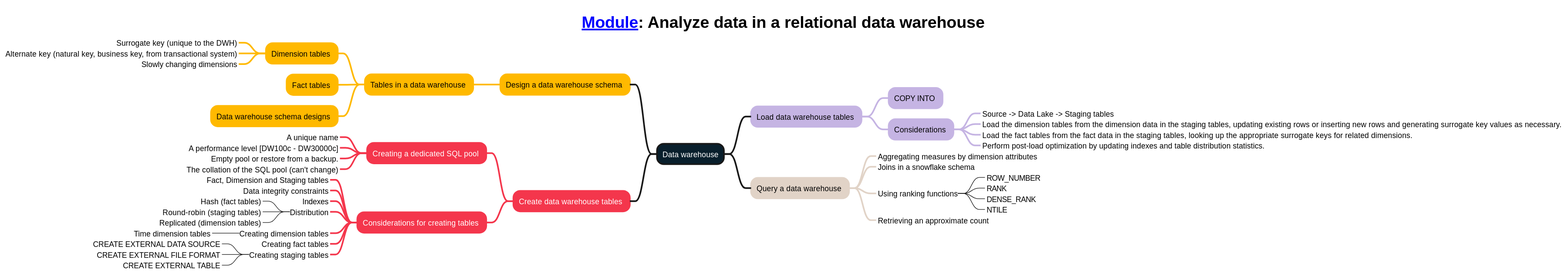
Before: mindmaps/10-Analyze data in a relational data warehouse.svg, a diagram exported from PlantUML (weslbo/dp-203). Its diagram source:
```plantuml
@startmindmap
<style>
title {
        FontSize 30
        FontColor #000000
    }
mindmapDiagram {
    :depth(0) {
        BackgroundColor #091f2c
        FontColor #ffffff
        LineThickness 3.0
    }
    .topic1 {
        BackgroundColor #ffb900
        LineColor #ffb900
        LineThickness 3.0
        FontColor #000000
    }
    .topic2 {
        BackgroundColor #f4364c
        LineColor #f4364c
        LineThickness 3.0
        FontColor #ffffff
    }
    .topic3 {
        BackgroundColor #c5b4e3
        LineColor #c5b4e3
        LineThickness 3.0
        FontColor #000000
    }
    .topic4 {
        BackgroundColor #e1d3c7
        LineColor #e1d3c7
        LineThickness 3.0
        FontColor #000000
    }
    .topic5 {
        BackgroundColor #07641d
        LineColor #07641d
        LineThickness 3.0
        FontColor #ffffff
    }
}
</style>
title [[https://learn.microsoft.com/training/modules/design-multidimensional-schema-to-optimize-analytical-workloads Module]]: Analyze data in a relational data warehouse
+ Data warehouse
-- Design a data warehouse schema <<topic1>>
--- Tables in a data warehouse <<topic1>>
---- Dimension tables <<topic1>>
-----_ Surrogate key (unique to the DWH)
-----_ Alternate key (natural key, business key, from transactional system)
-----_ Slowly changing dimensions
---- Fact tables <<topic1>>
---- Data warehouse schema designs <<topic1>>
-- Create data warehouse tables <<topic2>>
--- Creating a dedicated SQL pool <<topic2>>
----_ A unique name
----_ A performance level [DW100c - DW30000c]
----_ Empty pool or restore from a backup.
----_ The collation of the SQL pool (can't change)
--- Considerations for creating tables <<topic2>>
----_ Fact, Dimension and Staging tables
----_ Data integrity constraints
----_ Indexes
----_ Distribution
-----_ Hash (fact tables)
-----_ Round-robin (staging tables)
-----_ Replicated (dimension tables)
----_ Creating dimension tables
-----_ Time dimension tables
----_ Creating fact tables
----_ Creating staging tables
-----_ CREATE EXTERNAL DATA SOURCE
-----_ CREATE EXTERNAL FILE FORMAT
-----_ CREATE EXTERNAL TABLE
++ Load data warehouse tables <<topic3>>
+++ COPY INTO <<topic3>>
+++ Considerations <<topic3>>
++++_ Source -> Data Lake -> Staging tables
++++_ Load the dimension tables from the dimension data in the staging tables, updating existing rows or inserting new rows and generating surrogate key values as necessary.
++++_ Load the fact tables from the fact data in the staging tables, looking up the appropriate surrogate keys for related dimensions.
++++_ Perform post-load optimization by updating indexes and table distribution statistics.
++ Query a data warehouse <<topic4>>
+++_ Aggregating measures by dimension attributes
+++_ Joins in a snowflake schema
+++_ Using ranking functions
++++_ ROW_NUMBER
++++_ RANK
++++_ DENSE_RANK
++++_ NTILE
+++_ Retrieving an approximate count
@endmindmap
```
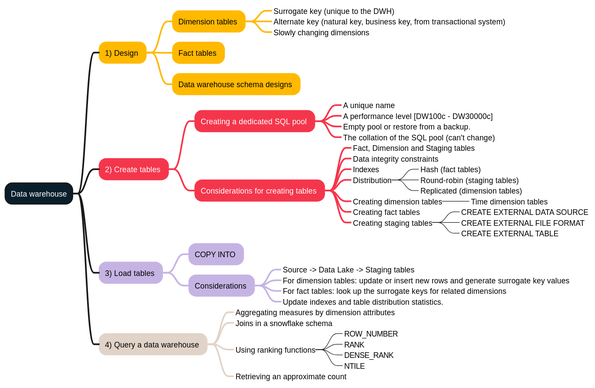
The same diagram one commit later.

Change to the diagram source:
```diff
@@ -1,86 +1,78 @@
 @startmindmap
 <style>
-title {
-        FontSize 30
-        FontColor #000000
-    }
-mindmapDiagram {
-    :depth(0) {
-        BackgroundColor #091f2c
-        FontColor #ffffff
-        LineThickness 3.0
-    }
-    .topic1 {
-        BackgroundColor #ffb900
-        LineColor #ffb900
-        LineThickness 3.0
-        FontColor #000000
-    }
-    .topic2 {
-        BackgroundColor #f4364c
-        LineColor #f4364c
-        LineThickness 3.0
-        FontColor #ffffff
-    }
-    .topic3 {
-        BackgroundColor #c5b4e3
-        LineColor #c5b4e3
-        LineThickness 3.0
-        FontColor #000000
-    }
-    .topic4 {
-        BackgroundColor #e1d3c7
-        LineColor #e1d3c7
-        LineThickness 3.0
-        FontColor #000000
-    }
-    .topic5 {
-        BackgroundColor #07641d
-        LineColor #07641d
-        LineThickness 3.0
-        FontColor #ffffff
-    }
+:depth(0) {
+    BackgroundColor #091f2c
+    FontColor #ffffff
+    LineThickness 3.0
+}
+.topic1 {
+    BackgroundColor #ffb900
+    LineColor #ffb900
+    LineThickness 3.0
+    FontColor #000000
+}
+.topic2 {
+    BackgroundColor #f4364c
+    LineColor #f4364c
+    LineThickness 3.0
+    FontColor #ffffff
+}
+.topic3 {
+    BackgroundColor #c5b4e3
+    LineColor #c5b4e3
+    LineThickness 3.0
+    FontColor #000000
+}
+.topic4 {
+    BackgroundColor #e1d3c7
+    LineColor #e1d3c7
+    LineThickness 3.0
+    FontColor #000000
+}
+.topic5 {
+    BackgroundColor #07641d
+    LineColor #07641d
+    LineThickness 3.0
+    FontColor #ffffff
 }
 </style>
-title [[https://learn.microsoft.com/training/modules/design-multidimensional-schema-to-optimize-analytical-workloads Module]]: Analyze data in a relational data warehouse
 + Data warehouse
--- Design a data warehouse schema <<topic1>>
---- Tables in a data warehouse <<topic1>>
----- Dimension tables <<topic1>>
------_ Surrogate key (unique to the DWH)
------_ Alternate key (natural key, business key, from transactional system)
------_ Slowly changing dimensions
----- Fact tables <<topic1>>
----- Data warehouse schema designs <<topic1>>
--- Create data warehouse tables <<topic2>>
---- Creating a dedicated SQL pool <<topic2>>
-----_ A unique name
-----_ A performance level [DW100c - DW30000c]
-----_ Empty pool or restore from a backup.
-----_ The collation of the SQL pool (can't change)
---- Considerations for creating tables <<topic2>>
-----_ Fact, Dimension and Staging tables
-----_ Data integrity constraints
-----_ Indexes
-----_ Distribution
------_ Hash (fact tables)
------_ Round-robin (staging tables)
------_ Replicated (dimension tables)
-----_ Creating dimension tables
------_ Time dimension tables
-----_ Creating fact tables
-----_ Creating staging tables
------_ CREATE EXTERNAL DATA SOURCE
------_ CREATE EXTERNAL FILE FORMAT
------_ CREATE EXTERNAL TABLE
-++ Load data warehouse tables <<topic3>>
+++ 1) Design <<topic1>>
++++ Dimension tables <<topic1>>
+++++_ Surrogate key (unique to the DWH)
+++++_ Alternate key (natural key, business key, from transactional system)
+++++_ Slowly changing dimensions
++++ Fact tables <<topic1>>
++++ Data warehouse schema designs <<topic1>>
+++ 2) Create tables <<topic2>>
++++ Creating a dedicated SQL pool <<topic2>>
+++++_ A unique name
+++++_ A performance level [DW100c - DW30000c]
+++++_ Empty pool or restore from a backup.
+++++_ The collation of the SQL pool (can't change)
++++ Considerations for creating tables <<topic2>>
+++++_ Fact, Dimension and Staging tables
+++++_ Data integrity constraints
+++++_ Indexes
+++++_ Distribution
++++++_ Hash (fact tables)
++++++_ Round-robin (staging tables)
++++++_ Replicated (dimension tables)
+++++_ Creating dimension tables
++++++_ Time dimension tables
+++++_ Creating fact tables
+++++_ Creating staging tables
++++++_ CREATE EXTERNAL DATA SOURCE
++++++_ CREATE EXTERNAL FILE FORMAT
++++++_ CREATE EXTERNAL TABLE
+++ 3) Load tables <<topic3>>
 +++ COPY INTO <<topic3>>
 +++ Considerations <<topic3>>
 ++++_ Source -> Data Lake -> Staging tables
-++++_ Load the dimension tables from the dimension data in the staging tables, updating existing rows or inserting new rows and generating surrogate key values as necessary.
-++++_ Load the fact tables from the fact data in the staging tables, looking up the appropriate surrogate keys for related dimensions.
-++++_ Perform post-load optimization by updating indexes and table distribution statistics.
-++ Query a data warehouse <<topic4>>
+++++_ For dimension tables: update or insert new rows and generate surrogate key values
+++++_ For fact tables: look up the surrogate keys for related dimensions
+++++_ Update indexes and table distribution statistics.
+++ 4) Query a data warehouse <<topic4>>
 +++_ Aggregating measures by dimension attributes
 +++_ Joins in a snowflake schema
 +++_ Using ranking functions
```
